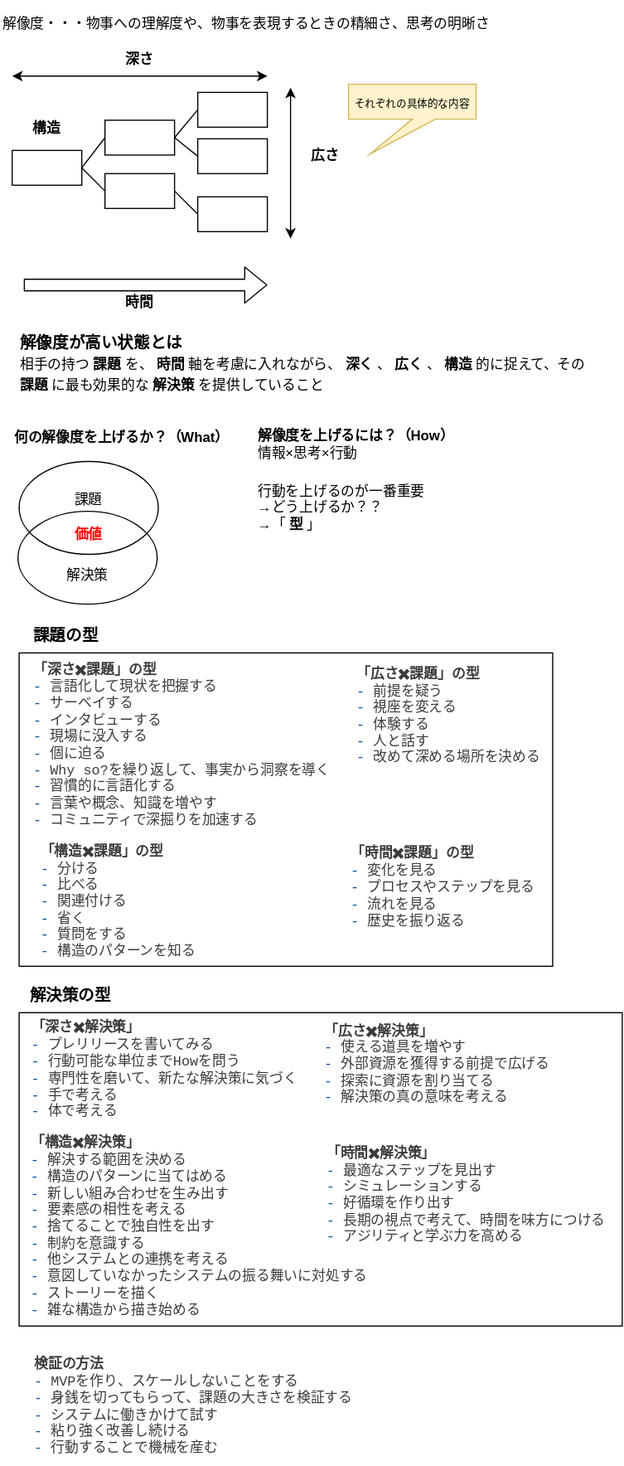
The draw.io diagram spec/thinking/解像度/work.drawio.svg in ktguy0723/doc, before a commit. Source tidied: cells renumbered, new cells last; positions are measured from the earlier drawing's top-left corner, leaving out a move shared by most shapes.
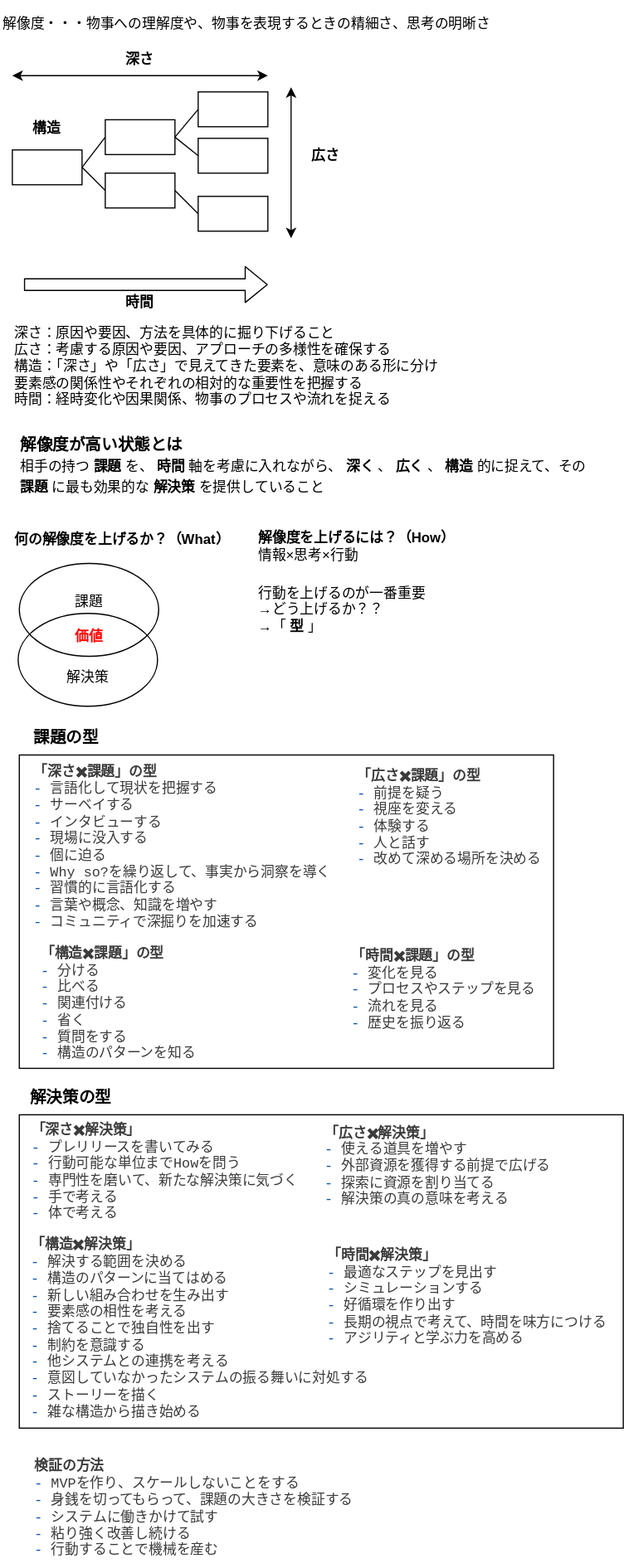
Later version of the same file.

What changed in the source:
```diff
@@ -15,10 +15,10 @@
       <mxGeometry x="46" y="445" width="60" height="30" as="geometry" />
     </mxCell>
     <mxCell id="6" value="&lt;font style=&quot;font-size: 12px;&quot;&gt;解像度・・・物事への理解度や、物事を表現するときの精細さ、思考の明晰さ&lt;/font&gt;" style="text;html=1;strokeColor=none;fillColor=none;align=left;verticalAlign=middle;whiteSpace=wrap;rounded=0;fontSize=15;" parent="1" vertex="1">
-      <mxGeometry y="0.3" width="440" height="35.7" as="geometry" />
+      <mxGeometry y="-88" width="440" height="35.7" as="geometry" />
     </mxCell>
     <mxCell id="7" style="group;" parent="1" vertex="1">
-      <mxGeometry x="10" y="36" width="300" height="239" as="geometry" />
+      <mxGeometry x="10" y="-52.3" width="300" height="239" as="geometry" />
     </mxCell>
     <mxCell id="8" style="rounded=0;whiteSpace=wrap;html=1;" parent="7" vertex="1">
       <mxGeometry y="93" width="60" height="30" as="geometry" />
@@ -86,9 +86,6 @@
     <mxCell id="26" value="&lt;b style=&quot;&quot;&gt;&lt;font style=&quot;font-size: 14px;&quot;&gt;解像度が高い状態とは&lt;/font&gt;&lt;/b&gt;&lt;br&gt;&lt;span style=&quot;font-size: 12px;&quot;&gt;相手の持つ&lt;/span&gt;&lt;b style=&quot;font-size: 12px;&quot;&gt;課題&lt;/b&gt;&lt;span style=&quot;font-size: 12px;&quot;&gt;を、&lt;/span&gt;&lt;b style=&quot;font-size: 12px;&quot;&gt;時間&lt;/b&gt;&lt;span style=&quot;font-size: 12px;&quot;&gt;軸を考慮に入れながら、&lt;/span&gt;&lt;b style=&quot;font-size: 12px;&quot;&gt;深く&lt;/b&gt;&lt;span style=&quot;font-size: 12px;&quot;&gt;、&lt;/span&gt;&lt;b style=&quot;font-size: 12px;&quot;&gt;広く&lt;/b&gt;&lt;span style=&quot;font-size: 12px;&quot;&gt;、&lt;/span&gt;&lt;b style=&quot;font-size: 12px;&quot;&gt;構造&lt;/b&gt;&lt;span style=&quot;font-size: 12px;&quot;&gt;的に捉えて、その&lt;/span&gt;&lt;b style=&quot;font-size: 12px;&quot;&gt;課題&lt;/b&gt;&lt;span style=&quot;font-size: 12px;&quot;&gt;に最も効果的な&lt;/span&gt;&lt;b style=&quot;font-size: 12px;&quot;&gt;解決策&lt;/b&gt;&lt;span style=&quot;font-size: 12px;&quot;&gt;を提供していること&lt;/span&gt;" style="text;html=1;strokeColor=none;fillColor=none;align=left;verticalAlign=middle;whiteSpace=wrap;rounded=0;fontSize=15;" parent="1" vertex="1">
       <mxGeometry x="15" y="292" width="493.3" height="40" as="geometry" />
     </mxCell>
-    <mxCell id="27" value="&lt;font style=&quot;font-size: 9px;&quot;&gt;それぞれの具体的な内容&lt;/font&gt;" style="shape=callout;whiteSpace=wrap;html=1;perimeter=calloutPerimeter;fontSize=14;fillColor=#fff2cc;position2=0.17;strokeColor=#d6b656;" parent="1" vertex="1">
-      <mxGeometry x="300" y="72" width="110" height="60" as="geometry" />
-    </mxCell>
     <mxCell id="28" value="&lt;b&gt;解像度を上げるには？（How）&lt;/b&gt;&lt;br&gt;情報×思考×行動" style="text;html=1;align=left;verticalAlign=middle;strokeColor=none;fillColor=none;" parent="1" vertex="1">
       <mxGeometry x="220" y="362" width="190" height="40" as="geometry" />
     </mxCell>
@@ -137,5 +134,8 @@
     <mxCell id="43" value="&lt;b&gt;&lt;font style=&quot;font-size: 14px;&quot;&gt;解決策の型&lt;/font&gt;&lt;/b&gt;" style="text;html=1;align=center;verticalAlign=middle;strokeColor=none;fillColor=none;" parent="1" vertex="1">
       <mxGeometry x="15" y="842" width="90" height="30" as="geometry" />
     </mxCell>
+    <mxCell id="44" value="深さ：原因や要因、方法を具体的に掘り下げること&lt;br&gt;広さ：考慮する原因や要因、アプローチの多様性を確保する&lt;br&gt;構造：「深さ」や「広さ」で見えてきた要素を、意味のある形に分け&lt;br&gt;　　　要素感の関係性やそれぞれの相対的な重要性を把握する&lt;br&gt;時間：経時変化や因果関係、物事のプロセスや流れを捉える" style="text;html=1;align=left;verticalAlign=middle;strokeColor=none;fillColor=none;" parent="1" vertex="1">
+      <mxGeometry x="10" y="182" width="390" height="90" as="geometry" />
+    </mxCell>
   </root>
 </mxGraphModel>
```
